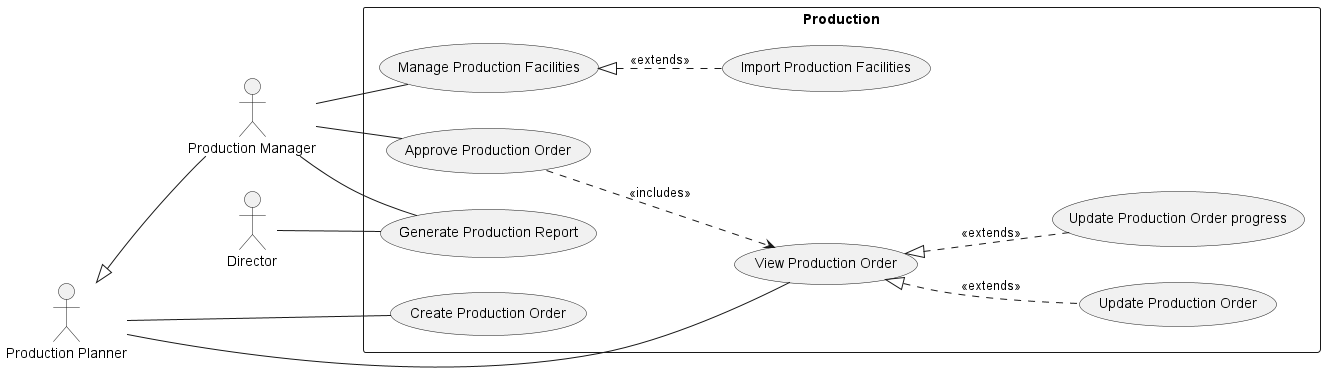
Above: use-cases/Production.png in phihungha/scmss-reqs (PlantUML), before the change.
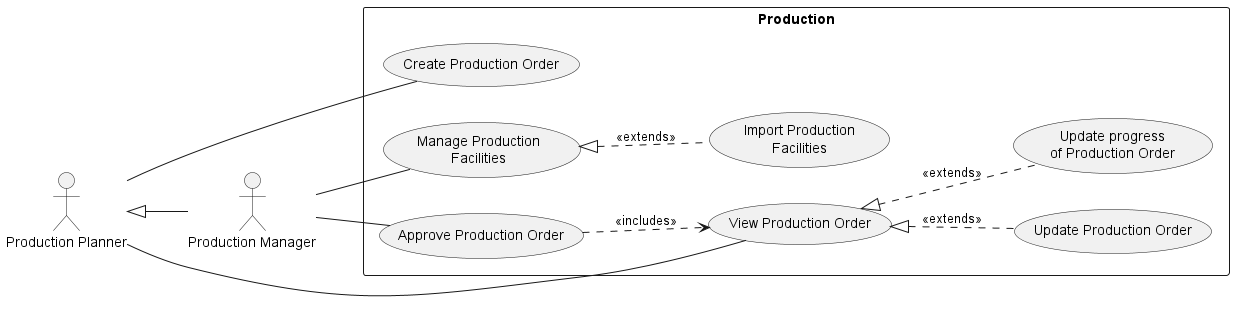
Later version of the same file.

The edit, as a diff of the source:
```diff
@@ -5,20 +5,16 @@
 :Production Manager: as pm
 pp <|-- pm
 
-:Director: as d
-
 rectangle Production {
   pp -- (View Production Order)
   pp -- (Create Production Order)
   (View Production Order) <|.. (Update Production Order) : <<extends>>
-  (View Production Order) <|.. (Update Production Order progress) : <<extends>>
+  (View Production Order) <|.. (Update progress\nof Production Order) : <<extends>>
 
   pm -- (Approve Production Order)
   (Approve Production Order) ..> (View Production Order) : <<includes>>
 
-  pm -- (Manage Production Facilities)
-  (Manage Production Facilities) <|.. (Import Production Facilities) : <<extends>>
-  pm -- (Generate Production Report)
-  d -- (Generate Production Report)
+  pm -- (Manage Production\nFacilities)
+  (Manage Production\nFacilities) <|.. (Import Production\nFacilities) : <<extends>>
 }
 @enduml
```
